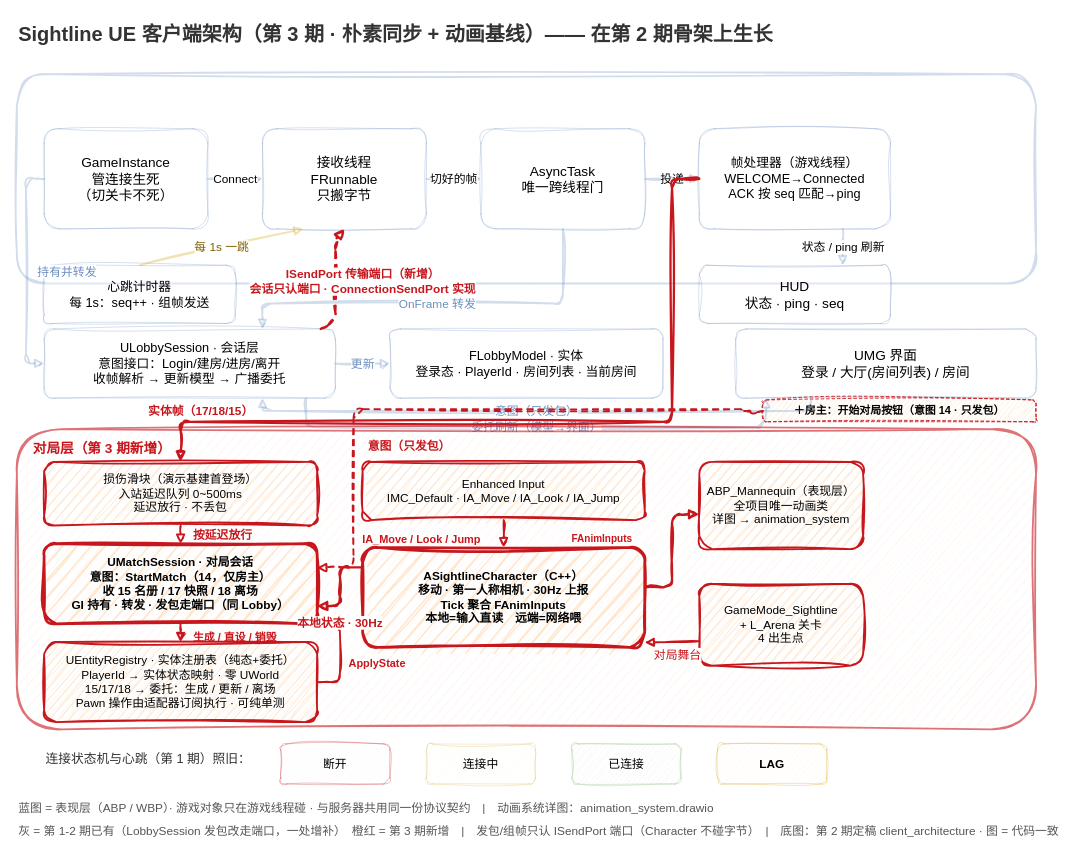
Before: docs/episodes/ep03/client_architecture.drawio in x-PiXiu/Sightline, a draw.io diagram. Source tidied: cells renumbered, new cells numbered last; positions are measured from the earlier drawing's top-left corner, leaving out a move shared by most shapes. Both pictures are drawn from the tidied source at 91%, with x=0, y=0 at pixel (16, 15).
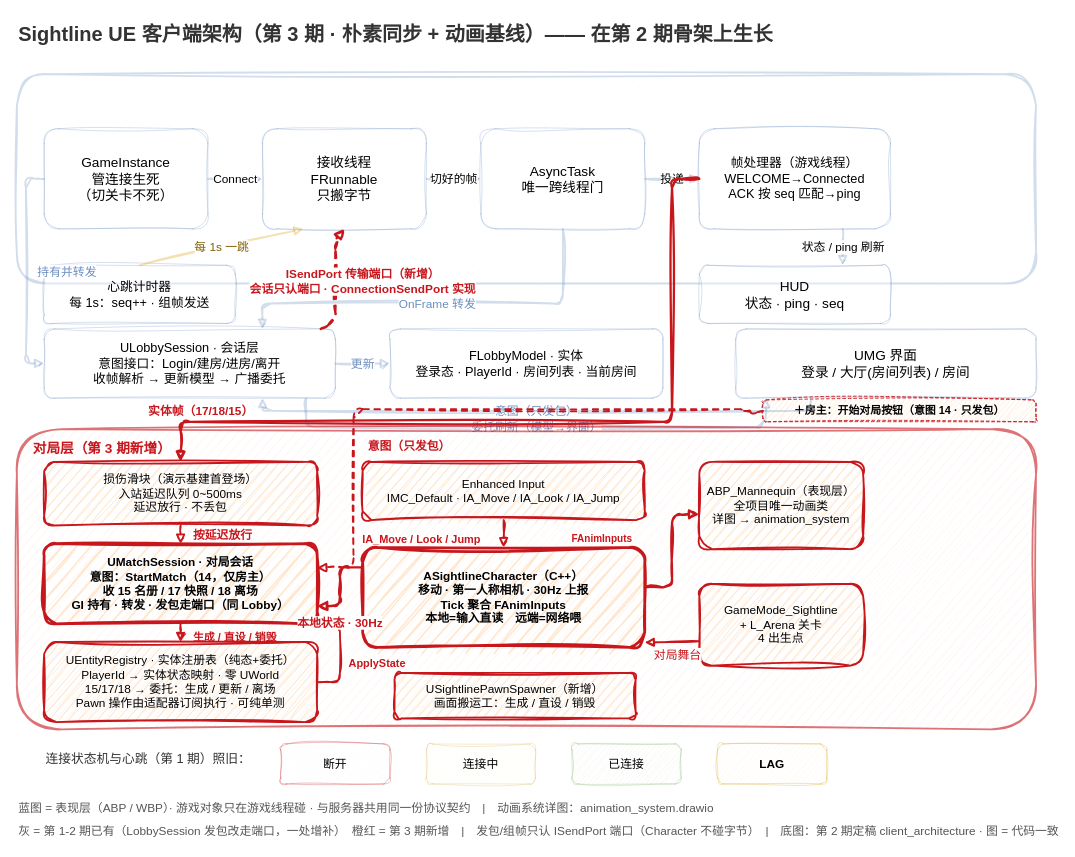
After the change.

Commit message (it also covers changes not shown here):
客户端架构图补 PawnSpawner 真名框（用户十一审：诨名无真名挂钩=白说）：USightlinePawnSpawner（新增）框落位角色列下方避让 ApplyState 标签；c1/c6 走查入组——四个器官诨名全部图上有真名可指；judge pass

The edit, as a diff of the source:
```diff
@@
+    <mxCell id="56" value="USightlinePawnSpawner（新增）&#10;画面搬运工：生成 / 直设 / 销毁" style="rounded=1;whiteSpace=wrap;fillColor=#ffe6cc;strokeColor=#c8161d;fontSize=13;sketch=1;curveFitting=1;jiggle=2;strokeWidth=2;" parent="1" vertex="1">
+      <mxGeometry x="415" y="722" width="265" height="50" as="geometry" />
+    </mxCell>
```
